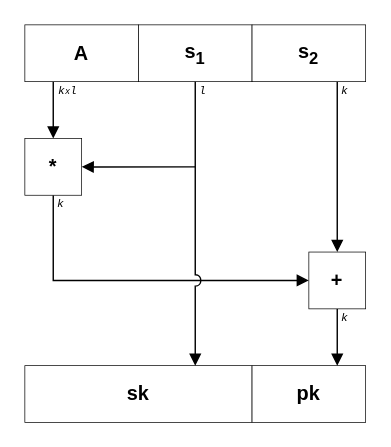
SamoKopecky/diploma-thesis-latex keeps this draw.io diagram as pictures/dil_key_gen.drawio. Above is the earlier version. Source tidied: cells renumbered, new cells numbered last; positions are measured from the earlier drawing's top-left corner, leaving out a move shared by most shapes. Both pictures are drawn from the tidied source at 142%, with x=0, y=0 at pixel (24, 24).
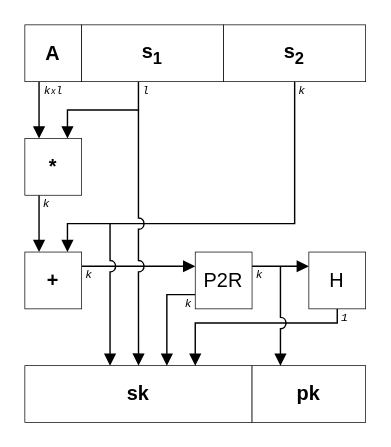
After the change.

Unchanged cells that the change refers to:
```xml
<mxCell id="9" value="&lt;b&gt;*&lt;/b&gt;" style="rounded=0;whiteSpace=wrap;html=1;strokeWidth=0.5;fontFamily=Helvetica;fontSize=14;fillColor=default;" parent="1" vertex="1">
  <mxGeometry y="80" width="40" height="40" as="geometry" />
</mxCell>
<mxCell id="11" value="&lt;b&gt;sk&lt;/b&gt;" style="rounded=0;whiteSpace=wrap;html=1;strokeWidth=0.5;fontFamily=Helvetica;fontSize=14;fillColor=default;" parent="1" vertex="1">
  <mxGeometry y="240" width="160" height="40" as="geometry" />
</mxCell>
<mxCell id="12" value="&lt;b&gt;pk&lt;/b&gt;" style="rounded=0;whiteSpace=wrap;html=1;strokeWidth=0.5;fontFamily=Helvetica;fontSize=14;fillColor=default;" parent="1" vertex="1">
  <mxGeometry x="160" y="240" width="80" height="40" as="geometry" />
</mxCell>
```

Change to the diagram source:
```diff
@@
     <mxCell id="2" style="edgeStyle=orthogonalEdgeStyle;rounded=0;jettySize=auto;html=1;endArrow=block;endFill=1;" parent="1" edge="1" source="3" target="9">
       <mxGeometry relative="1" as="geometry">
         <Array as="points">
-          <mxPoint x="20" y="50" />
-          <mxPoint x="20" y="50" />
+          <mxPoint x="10" y="60" />
+          <mxPoint x="10" y="60" />
         </Array>
       </mxGeometry>
     </mxCell>
     <mxCell id="3" value="&lt;b&gt;A&lt;/b&gt;" style="rounded=0;whiteSpace=wrap;html=1;strokeWidth=0.5;fontFamily=Helvetica;fontSize=14;fillColor=default;" parent="1" vertex="1">
-      <mxGeometry width="80" height="40" as="geometry" />
+      <mxGeometry width="40" height="40" as="geometry" />
     </mxCell>
+    <mxCell id="20" style="edgeStyle=orthogonalEdgeStyle;rounded=0;jumpStyle=arc;jumpSize=8;jettySize=auto;html=1;entryX=0.75;entryY=0;entryDx=0;entryDy=0;endArrow=block;endFill=1;" parent="1" edge="1" source="4" target="9">
+      <mxGeometry relative="1" as="geometry">
+        <Array as="points">
+          <mxPoint x="80" y="60" />
+          <mxPoint x="30" y="60" />
+        </Array>
+      </mxGeometry>
+    </mxCell>
     <mxCell id="4" value="&lt;b&gt;s&lt;sub&gt;1&lt;/sub&gt;&lt;/b&gt;" style="rounded=0;whiteSpace=wrap;html=1;strokeWidth=0.5;fontFamily=Helvetica;fontSize=14;fillColor=default;" parent="1" vertex="1">
-      <mxGeometry x="80" width="80" height="40" as="geometry" />
+      <mxGeometry x="40" width="100" height="40" as="geometry" />
     </mxCell>
-    <mxCell id="5" style="edgeStyle=orthogonalEdgeStyle;rounded=0;jettySize=auto;html=1;endArrow=block;endFill=1;" parent="1" edge="1" source="6" target="14">
+    <mxCell id="5" style="edgeStyle=orthogonalEdgeStyle;rounded=0;jumpStyle=arc;jumpSize=8;jettySize=auto;html=1;entryX=0.75;entryY=0;entryDx=0;entryDy=0;endArrow=block;endFill=1;" parent="1" edge="1" source="6" target="14">
       <mxGeometry relative="1" as="geometry">
         <Array as="points">
-          <mxPoint x="220" y="60" />
-          <mxPoint x="220" y="60" />
+          <mxPoint x="190" y="140" />
+          <mxPoint x="30" y="140" />
         </Array>
       </mxGeometry>
     </mxCell>
     <mxCell id="6" value="&lt;b&gt;s&lt;sub&gt;2&lt;/sub&gt;&lt;/b&gt;" style="rounded=0;whiteSpace=wrap;html=1;strokeWidth=0.5;fontFamily=Helvetica;fontSize=14;fillColor=default;" parent="1" vertex="1">
-      <mxGeometry x="160" width="80" height="40" as="geometry" />
+      <mxGeometry x="140" width="100" height="40" as="geometry" />
     </mxCell>
-    <mxCell id="7" style="edgeStyle=orthogonalEdgeStyle;rounded=0;jettySize=auto;html=1;entryX=0;entryY=0.5;entryDx=0;entryDy=0;endArrow=block;endFill=1;" parent="1" edge="1" source="9" target="14">
+    <mxCell id="7" style="edgeStyle=orthogonalEdgeStyle;rounded=0;jumpStyle=arc;jumpSize=8;jettySize=auto;html=1;entryX=0.25;entryY=0;entryDx=0;entryDy=0;endArrow=block;endFill=1;" parent="1" edge="1" source="9" target="14">
       <mxGeometry relative="1" as="geometry">
         <Array as="points">
-          <mxPoint x="20" y="180" />
+          <mxPoint x="10" y="130" />
+          <mxPoint x="10" y="130" />
         </Array>
       </mxGeometry>
     </mxCell>
-    <mxCell id="8" style="edgeStyle=orthogonalEdgeStyle;rounded=0;jumpStyle=arc;jumpSize=8;jettySize=auto;html=1;endArrow=block;endFill=1;" parent="1" edge="1" target="9">
-      <mxGeometry relative="1" as="geometry">
-        <mxPoint x="120" y="100" as="sourcePoint" />
-      </mxGeometry>
-    </mxCell>
@@
     <mxCell id="10" value="&lt;font face=&quot;Courier New&quot; style=&quot;font-size: 8px;&quot;&gt;k&lt;/font&gt;&lt;font face=&quot;Courier New&quot; style=&quot;font-size: 6px;&quot;&gt;x&lt;/font&gt;&lt;font face=&quot;Courier New&quot; style=&quot;font-size: 8px;&quot;&gt;l&lt;/font&gt;" style="text;html=1;align=center;verticalAlign=middle;strokeColor=none;fillColor=none;fontStyle=2;" parent="1" vertex="1">
-      <mxGeometry x="10" y="30" width="40" height="30" as="geometry" />
+      <mxGeometry y="30" width="40" height="30" as="geometry" />
     </mxCell>
@@
-    <mxCell id="13" style="edgeStyle=orthogonalEdgeStyle;rounded=0;jettySize=auto;html=1;entryX=0.75;entryY=0;entryDx=0;entryDy=0;endArrow=block;endFill=1;" parent="1" edge="1" source="14" target="12">
-      <mxGeometry relative="1" as="geometry" />
-    </mxCell>
+    <mxCell id="21" style="edgeStyle=orthogonalEdgeStyle;rounded=0;jumpStyle=arc;jumpSize=8;jettySize=auto;html=1;entryX=0;entryY=0.25;entryDx=0;entryDy=0;endArrow=block;endFill=1;" parent="1" edge="1" source="14" target="24">
+      <mxGeometry relative="1" as="geometry">
+        <Array as="points">
+          <mxPoint x="50" y="170" />
+          <mxPoint x="50" y="170" />
+        </Array>
+      </mxGeometry>
+    </mxCell>
     <mxCell id="14" value="&lt;b&gt;+&lt;/b&gt;" style="rounded=0;whiteSpace=wrap;html=1;strokeWidth=0.5;fontFamily=Helvetica;fontSize=14;fillColor=default;" parent="1" vertex="1">
-      <mxGeometry x="200" y="160" width="40" height="40" as="geometry" />
+      <mxGeometry y="160" width="40" height="40" as="geometry" />
     </mxCell>
-    <mxCell id="15" style="edgeStyle=orthogonalEdgeStyle;rounded=0;jettySize=auto;html=1;entryX=0.75;entryY=0;entryDx=0;entryDy=0;endArrow=block;endFill=1;jumpStyle=arc;jumpSize=8;" parent="1" edge="1" source="4" target="11">
-      <mxGeometry relative="1" as="geometry" />
-    </mxCell>
     <mxCell id="16" value="&lt;font face=&quot;Courier New&quot;&gt;&lt;span style=&quot;font-size: 8px;&quot;&gt;l&lt;/span&gt;&lt;/font&gt;" style="text;html=1;align=center;verticalAlign=middle;strokeColor=none;fillColor=none;fontStyle=2;" parent="1" vertex="1">
-      <mxGeometry x="110" y="30" width="30" height="30" as="geometry" />
+      <mxGeometry x="70" y="30" width="30" height="30" as="geometry" />
     </mxCell>
     <mxCell id="17" value="&lt;font face=&quot;Courier New&quot;&gt;&lt;span style=&quot;font-size: 8px;&quot;&gt;k&lt;/span&gt;&lt;/font&gt;" style="text;html=1;align=center;verticalAlign=middle;strokeColor=none;fillColor=none;fontStyle=2;" parent="1" vertex="1">
-      <mxGeometry x="210" y="30" width="30" height="30" as="geometry" />
+      <mxGeometry x="180" y="30" width="30" height="30" as="geometry" />
     </mxCell>
-    <mxCell id="18" value="&lt;font face=&quot;Courier New&quot;&gt;&lt;span style=&quot;font-size: 8px;&quot;&gt;k&lt;/span&gt;&lt;/font&gt;" style="text;html=1;align=center;verticalAlign=middle;strokeColor=none;fillColor=none;fontStyle=2;" parent="1" vertex="1">
-      <mxGeometry x="10" y="110" width="30" height="30" as="geometry" />
-    </mxCell>
-    <mxCell id="19" value="&lt;font face=&quot;Courier New&quot;&gt;&lt;span style=&quot;font-size: 8px;&quot;&gt;k&lt;/span&gt;&lt;/font&gt;" style="text;html=1;align=center;verticalAlign=middle;strokeColor=none;fillColor=none;fontStyle=2;" parent="1" vertex="1">
-      <mxGeometry x="210" y="190" width="30" height="30" as="geometry" />
-    </mxCell>
+    <mxCell id="22" style="edgeStyle=orthogonalEdgeStyle;rounded=0;jumpStyle=arc;jumpSize=8;jettySize=auto;html=1;entryX=0;entryY=0.25;entryDx=0;entryDy=0;endArrow=block;endFill=1;" parent="1" edge="1" source="24" target="26">
+      <mxGeometry relative="1" as="geometry">
+        <Array as="points">
+          <mxPoint x="170" y="170" />
+          <mxPoint x="170" y="170" />
+        </Array>
+      </mxGeometry>
+    </mxCell>
+    <mxCell id="23" style="edgeStyle=orthogonalEdgeStyle;rounded=0;jumpStyle=arc;jumpSize=8;jettySize=auto;html=1;exitX=0;exitY=0.75;exitDx=0;exitDy=0;entryX=0.625;entryY=0;entryDx=0;entryDy=0;entryPerimeter=0;endArrow=block;endFill=1;" parent="1" edge="1" source="24" target="11">
+      <mxGeometry relative="1" as="geometry" />
+    </mxCell>
+    <mxCell id="24" value="P2R" style="rounded=0;whiteSpace=wrap;html=1;strokeWidth=0.5;fontFamily=Helvetica;fontSize=14;fillColor=default;" parent="1" vertex="1">
+      <mxGeometry x="120" y="160" width="40" height="40" as="geometry" />
+    </mxCell>
+    <mxCell id="25" style="edgeStyle=orthogonalEdgeStyle;rounded=0;jumpStyle=arc;jumpSize=8;jettySize=auto;html=1;endArrow=block;endFill=1;" parent="1" edge="1" source="26" target="11">
+      <mxGeometry relative="1" as="geometry">
+        <Array as="points">
+          <mxPoint x="220" y="210" />
+          <mxPoint x="120" y="210" />
+        </Array>
+      </mxGeometry>
+    </mxCell>
+    <mxCell id="26" value="H" style="rounded=0;whiteSpace=wrap;html=1;strokeWidth=0.5;fontFamily=Helvetica;fontSize=14;fillColor=default;" parent="1" vertex="1">
+      <mxGeometry x="200" y="160" width="40" height="40" as="geometry" />
+    </mxCell>
+    <mxCell id="27" style="edgeStyle=orthogonalEdgeStyle;rounded=0;jumpStyle=arc;jumpSize=8;jettySize=auto;html=1;endArrow=block;endFill=1;" parent="1" edge="1" target="11">
+      <mxGeometry relative="1" as="geometry">
+        <mxPoint x="80" y="60" as="sourcePoint" />
+      </mxGeometry>
+    </mxCell>
+    <mxCell id="28" style="endArrow=block;html=1;rounded=0;jumpStyle=arc;jumpSize=8;endFill=1;entryX=0.375;entryY=0;entryDx=0;entryDy=0;entryPerimeter=0;" parent="1" edge="1" target="11">
+      <mxGeometry relative="1" as="geometry">
+        <mxPoint x="60" y="140" as="sourcePoint" />
+      </mxGeometry>
+    </mxCell>
+    <mxCell id="29" style="edgeStyle=orthogonalEdgeStyle;rounded=0;jumpStyle=arc;jumpSize=8;jettySize=auto;html=1;endArrow=block;endFill=1;entryX=0.25;entryY=0;entryDx=0;entryDy=0;" parent="1" edge="1" target="12">
+      <mxGeometry relative="1" as="geometry">
+        <mxPoint x="180" y="170" as="sourcePoint" />
+        <Array as="points">
+          <mxPoint x="180" y="190" />
+          <mxPoint x="180" y="190" />
+        </Array>
+      </mxGeometry>
+    </mxCell>
+    <mxCell id="30" value="&lt;font face=&quot;Courier New&quot;&gt;&lt;span style=&quot;font-size: 8px;&quot;&gt;k&lt;/span&gt;&lt;/font&gt;" style="text;html=1;align=center;verticalAlign=middle;strokeColor=none;fillColor=none;fontStyle=2;" parent="1" vertex="1">
+      <mxGeometry y="110" width="30" height="30" as="geometry" />
+    </mxCell>
+    <mxCell id="31" value="&lt;font face=&quot;Courier New&quot;&gt;&lt;span style=&quot;font-size: 8px;&quot;&gt;k&lt;/span&gt;&lt;/font&gt;" style="text;html=1;align=center;verticalAlign=middle;strokeColor=none;fillColor=none;fontStyle=2;" parent="1" vertex="1">
+      <mxGeometry x="30" y="160" width="30" height="30" as="geometry" />
+    </mxCell>
+    <mxCell id="32" value="&lt;font face=&quot;Courier New&quot;&gt;&lt;span style=&quot;font-size: 8px;&quot;&gt;k&lt;/span&gt;&lt;/font&gt;" style="text;html=1;align=center;verticalAlign=middle;strokeColor=none;fillColor=none;fontStyle=2;" parent="1" vertex="1">
+      <mxGeometry x="100" y="180" width="30" height="30" as="geometry" />
+    </mxCell>
+    <mxCell id="33" value="&lt;font face=&quot;Courier New&quot;&gt;&lt;span style=&quot;font-size: 8px;&quot;&gt;1&lt;/span&gt;&lt;/font&gt;" style="text;html=1;align=center;verticalAlign=middle;strokeColor=none;fillColor=none;fontStyle=2;" parent="1" vertex="1">
+      <mxGeometry x="210" y="190" width="30" height="30" as="geometry" />
+    </mxCell>
+    <mxCell id="34" value="&lt;font face=&quot;Courier New&quot;&gt;&lt;span style=&quot;font-size: 8px;&quot;&gt;k&lt;/span&gt;&lt;/font&gt;" style="text;html=1;align=center;verticalAlign=middle;strokeColor=none;fillColor=none;fontStyle=2;" parent="1" vertex="1">
+      <mxGeometry x="150" y="160" width="30" height="30" as="geometry" />
+    </mxCell>
```
